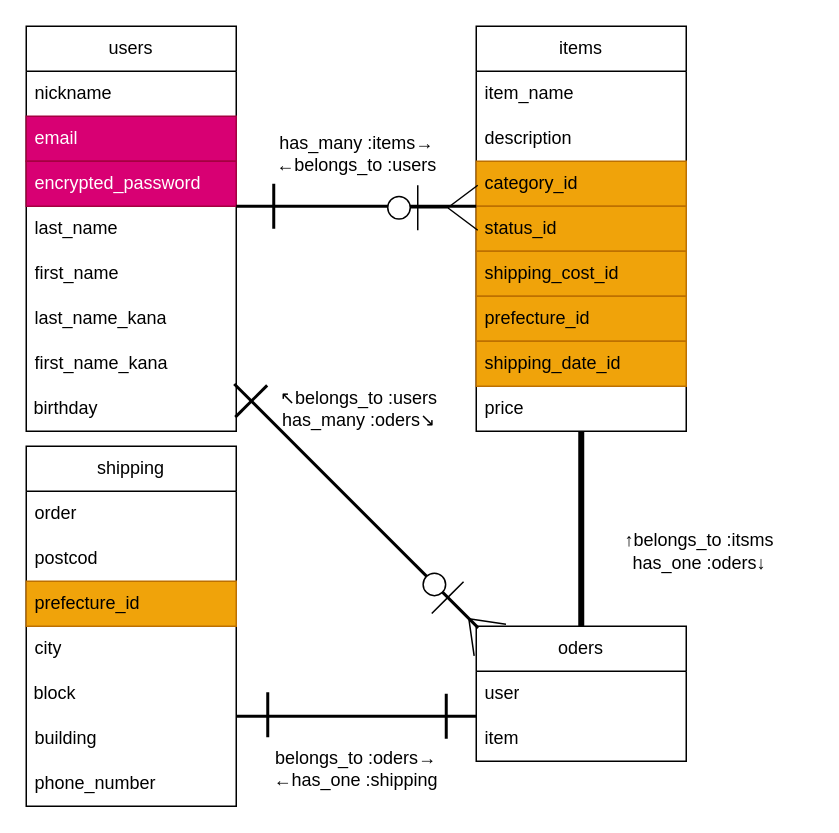
The draw.io diagram app/views/test.dio in 11shiro4/furima-41807, before the edit. Source tidied: cells renumbered, new cells numbered last; positions are measured from the earlier drawing's top-left corner, leaving out a move shared by most shapes. Both pictures are drawn from the tidied source at 150%, with x=0, y=0 at pixel (26, 26).
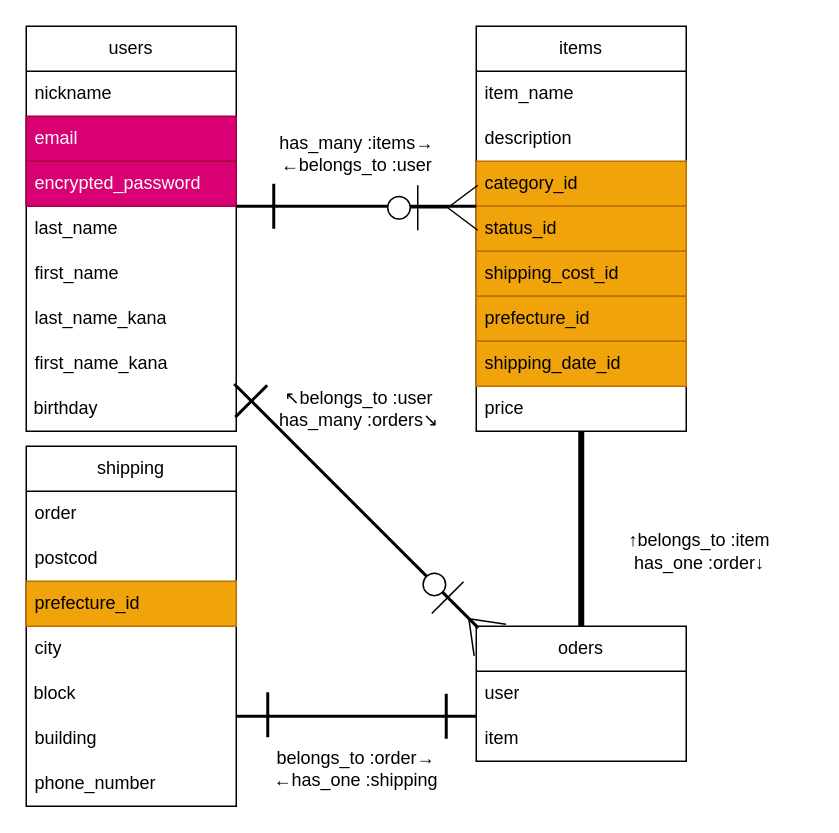
Above is the later version.

Commit message (it also covers changes not shown here):
データベース設計#3

Change to the diagram source:
```diff
@@
-    <mxCell id="41" value="has_many :items→&lt;br&gt;←belongs_to :users" style="text;strokeColor=none;align=center;fillColor=none;html=1;verticalAlign=middle;whiteSpace=wrap;rounded=0;" parent="1" vertex="1">
+    <mxCell id="41" value="has_many :items→&lt;br&gt;←belongs_to :user" style="text;strokeColor=none;align=center;fillColor=none;html=1;verticalAlign=middle;whiteSpace=wrap;rounded=0;" parent="1" vertex="1">
       <mxGeometry x="142.5" y="70" width="155" height="30" as="geometry" />
     </mxCell>
-    <mxCell id="42" value="↖︎belongs_to :users&lt;br&gt;has_many :oders↘︎" style="text;html=1;strokeColor=none;fillColor=none;align=center;verticalAlign=middle;whiteSpace=wrap;rounded=0;" parent="1" vertex="1">
+    <mxCell id="42" value="↖︎belongs_to :user&lt;br&gt;has_many :orders↘︎" style="text;html=1;strokeColor=none;fillColor=none;align=center;verticalAlign=middle;whiteSpace=wrap;rounded=0;" parent="1" vertex="1">
       <mxGeometry x="144" y="240" width="156" height="30" as="geometry" />
     </mxCell>
-    <mxCell id="43" value="belongs_to :oders→&lt;br&gt;←has_one :shipping" style="text;html=1;strokeColor=none;fillColor=none;align=center;verticalAlign=middle;whiteSpace=wrap;rounded=0;" parent="1" vertex="1">
+    <mxCell id="43" value="belongs_to :order→&lt;br&gt;←has_one :shipping" style="text;html=1;strokeColor=none;fillColor=none;align=center;verticalAlign=middle;whiteSpace=wrap;rounded=0;" parent="1" vertex="1">
       <mxGeometry x="145" y="480" width="150" height="30" as="geometry" />
     </mxCell>
-    <mxCell id="44" value="↑belongs_to :itsms&lt;br&gt;has_one :oders↓" style="text;html=1;strokeColor=none;fillColor=none;align=center;verticalAlign=middle;whiteSpace=wrap;rounded=0;" parent="1" vertex="1">
+    <mxCell id="44" value="↑belongs_to :item&lt;br&gt;has_one :order↓" style="text;html=1;strokeColor=none;fillColor=none;align=center;verticalAlign=middle;whiteSpace=wrap;rounded=0;" parent="1" vertex="1">
       <mxGeometry x="374" y="335" width="150" height="30" as="geometry" />
     </mxCell>
```
